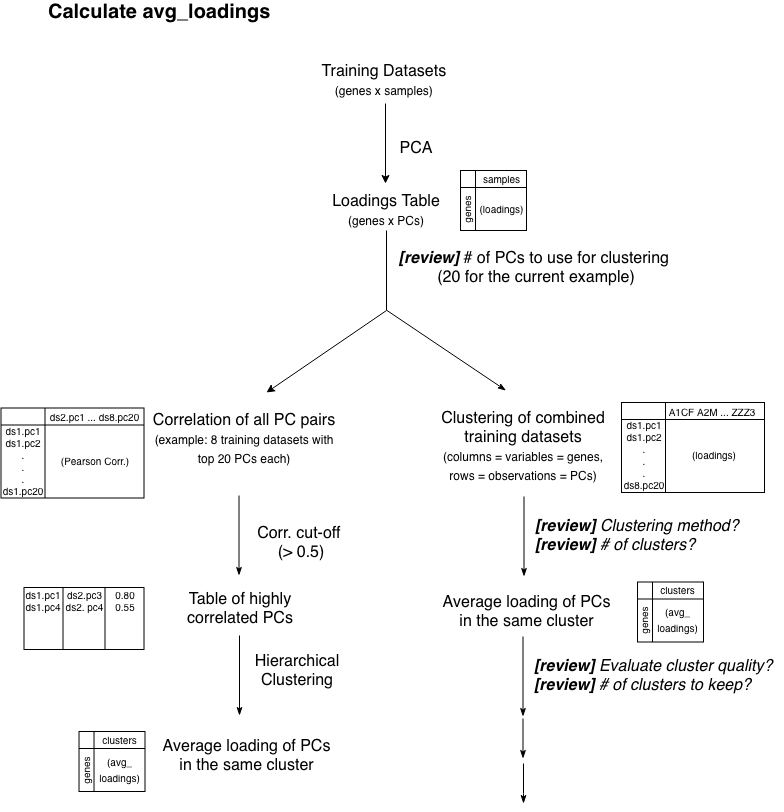
Before: vignettes/GenomicSuperSignature-avg_loading.png, a diagram exported from draw.io (seandavi/GenomicSignatures). Source tidied: cells renumbered, new cells last; positions are measured from the earlier drawing's top-left corner, leaving out a move shared by most shapes.
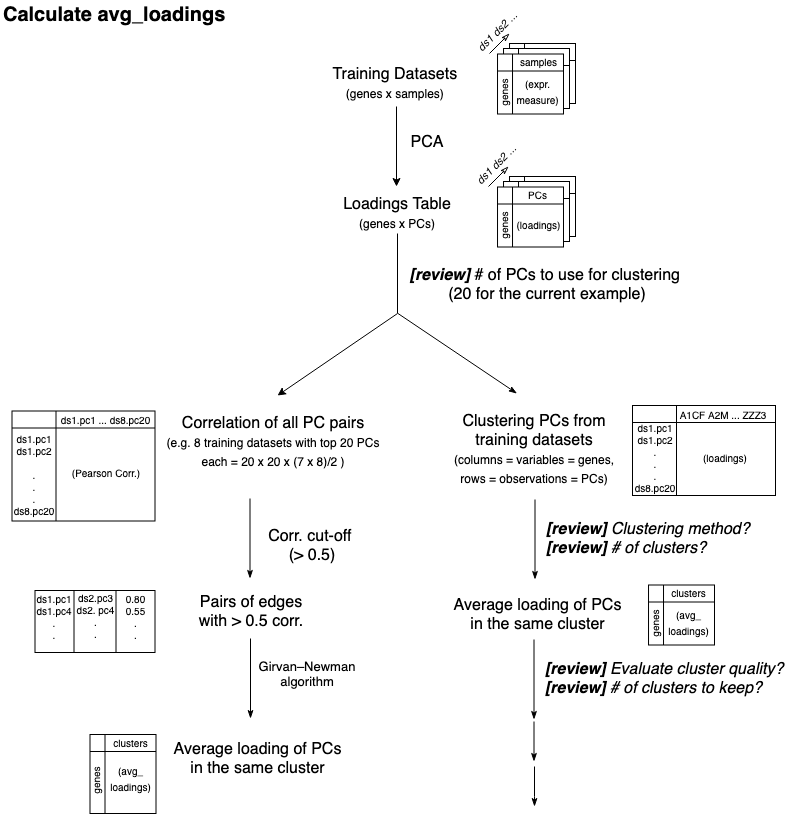
Later version of the same file.

What changed in the source:
```diff
@@ -2,8 +2,14 @@
   <root>
     <mxCell id="0" />
     <mxCell id="1" parent="0" />
+    <mxCell id="56" style="shape=internalStorage;whiteSpace=wrap;html=1;backgroundOutline=1;fontSize=16;align=left;dx=15;dy=17;" parent="1" vertex="1">
+      <mxGeometry x="497" y="39" width="66" height="60" as="geometry" />
+    </mxCell>
+    <mxCell id="57" style="shape=internalStorage;whiteSpace=wrap;html=1;backgroundOutline=1;fontSize=16;align=left;dx=15;dy=17;" parent="1" vertex="1">
+      <mxGeometry x="491" y="44" width="66" height="60" as="geometry" />
+    </mxCell>
     <mxCell id="2" value="&lt;div style=&quot;text-align: left; font-size: 20px;&quot;&gt;&lt;b style=&quot;font-size: 20px;&quot;&gt;&lt;font style=&quot;font-size: 20px;&quot;&gt;Calculate avg_loadings&lt;/font&gt;&lt;/b&gt;&lt;/div&gt;" style="text;html=1;strokeColor=none;fillColor=none;align=left;verticalAlign=middle;whiteSpace=wrap;rounded=0;fontSize=20;" parent="1" vertex="1">
-      <mxGeometry x="45" width="230" height="20" as="geometry" />
+      <mxGeometry x="-11.5" width="230" height="20" as="geometry" />
     </mxCell>
     <mxCell id="3" value="&lt;span style=&quot;font-size: 16px&quot;&gt;Training Datasets &lt;br&gt;&lt;/span&gt;&lt;font style=&quot;font-size: 12px&quot;&gt;(genes x samples)&lt;/font&gt;&lt;span style=&quot;font-size: 16px&quot;&gt;&amp;nbsp;&lt;/span&gt;" style="text;html=1;strokeColor=none;fillColor=none;align=center;verticalAlign=middle;whiteSpace=wrap;rounded=0;fontSize=16;" parent="1" vertex="1">
       <mxGeometry x="297" y="59" width="176" height="40" as="geometry" />
@@ -14,20 +20,8 @@
         <mxPoint x="384" y="182" as="targetPoint" />
       </mxGeometry>
     </mxCell>
-    <mxCell id="5" style="group;" parent="1" vertex="1">
-      <mxGeometry x="445" y="169" width="80" height="60" as="geometry" />
-    </mxCell>
-    <mxCell id="6" style="shape=internalStorage;whiteSpace=wrap;html=1;backgroundOutline=1;fontSize=16;align=left;dx=15;dy=17;" parent="5" vertex="1">
-      <mxGeometry x="14" width="66" height="60" as="geometry" />
-    </mxCell>
-    <mxCell id="7" value="&lt;font style=&quot;font-size: 10px&quot;&gt;genes&lt;/font&gt;" style="text;html=1;strokeColor=none;fillColor=none;align=center;verticalAlign=middle;whiteSpace=wrap;rounded=0;fontSize=14;rotation=-90;" parent="5" vertex="1">
-      <mxGeometry x="-2" y="32" width="41.2" height="15" as="geometry" />
-    </mxCell>
-    <mxCell id="8" value="&lt;font style=&quot;font-size: 10px&quot;&gt;samples&lt;/font&gt;" style="text;html=1;strokeColor=none;fillColor=none;align=center;verticalAlign=middle;whiteSpace=wrap;rounded=0;fontSize=14;rotation=0;" parent="5" vertex="1">
-      <mxGeometry x="31.2" y="-1" width="47" height="15" as="geometry" />
-    </mxCell>
     <mxCell id="9" value="&lt;font style=&quot;font-size: 16px&quot;&gt;PCA&lt;/font&gt;" style="text;html=1;strokeColor=none;fillColor=none;align=center;verticalAlign=middle;whiteSpace=wrap;rounded=0;fontSize=14;" parent="1" vertex="1">
-      <mxGeometry x="394" y="136.5" width="40" height="20" as="geometry" />
+      <mxGeometry x="394" y="127.5" width="40" height="20" as="geometry" />
     </mxCell>
     <mxCell id="10" value="Loadings Table&lt;br&gt;&lt;font style=&quot;font-size: 12px&quot;&gt;(genes x PCs)&lt;/font&gt;&lt;br&gt;" style="text;html=1;strokeColor=none;fillColor=none;align=center;verticalAlign=middle;whiteSpace=wrap;rounded=0;fontSize=16;" parent="1" vertex="1">
       <mxGeometry x="297" y="189" width="176" height="40" as="geometry" />
@@ -39,7 +33,7 @@
       </mxGeometry>
     </mxCell>
     <mxCell id="12" value="&lt;font style=&quot;font-size: 16px&quot;&gt;&lt;b&gt;&lt;i&gt;[review] &lt;/i&gt;&lt;/b&gt;# of PCs to use for clustering&amp;nbsp;&lt;br&gt;(20 for the current example)&lt;br&gt;&lt;/font&gt;" style="text;html=1;strokeColor=none;fillColor=none;align=center;verticalAlign=middle;whiteSpace=wrap;rounded=0;fontSize=14;" parent="1" vertex="1">
-      <mxGeometry x="394" y="246" width="280" height="40" as="geometry" />
+      <mxGeometry x="394" y="260" width="280" height="40" as="geometry" />
     </mxCell>
     <mxCell id="13" style="endArrow=classicThin;html=1;fontSize=16;endFill=1;" parent="1" edge="1">
       <mxGeometry relative="1" as="geometry">
@@ -47,7 +41,7 @@
         <mxPoint x="504.5" y="389" as="targetPoint" />
       </mxGeometry>
     </mxCell>
-    <mxCell id="14" value="Clustering of combined training datasets&lt;br&gt;&lt;span&gt;&lt;font style=&quot;font-size: 12px&quot;&gt;(columns = variables = genes,&lt;br&gt;rows = observations = PCs)&lt;/font&gt;&lt;/span&gt;&lt;br&gt;" style="text;html=1;strokeColor=none;fillColor=none;align=center;verticalAlign=middle;whiteSpace=wrap;rounded=0;fontSize=16;" parent="1" vertex="1">
+    <mxCell id="14" value="Clustering PCs from training datasets&lt;br&gt;&lt;span&gt;&lt;font style=&quot;font-size: 12px&quot;&gt;(columns = variables = genes,&lt;br&gt;rows = observations = PCs)&lt;/font&gt;&lt;/span&gt;&lt;br&gt;" style="text;html=1;strokeColor=none;fillColor=none;align=center;verticalAlign=middle;whiteSpace=wrap;rounded=0;fontSize=16;" parent="1" vertex="1">
       <mxGeometry x="433.5" y="405" width="176" height="80" as="geometry" />
     </mxCell>
     <mxCell id="15" style="endArrow=classicThin;html=1;fontSize=16;endFill=1;" parent="1" edge="1">
@@ -62,9 +56,6 @@
     <mxCell id="17" value="Average loading of PCs in the same cluster&lt;br&gt;" style="text;html=1;strokeColor=none;fillColor=none;align=center;verticalAlign=middle;whiteSpace=wrap;rounded=0;fontSize=16;" parent="1" vertex="1">
       <mxGeometry x="437.5" y="585" width="175" height="50" as="geometry" />
     </mxCell>
-    <mxCell id="18" value="&lt;font style=&quot;font-size: 10px&quot;&gt;(loadings)&lt;/font&gt;" style="text;html=1;strokeColor=none;fillColor=none;align=center;verticalAlign=middle;whiteSpace=wrap;rounded=0;fontSize=14;rotation=0;" parent="1" vertex="1">
-      <mxGeometry x="476.2" y="198" width="47" height="15" as="geometry" />
-    </mxCell>
     <mxCell id="19" style="endArrow=classicThin;html=1;fontSize=16;endFill=1;" parent="1" edge="1">
       <mxGeometry relative="1" as="geometry">
         <mxPoint x="521.5" y="635" as="sourcePoint" />
@@ -95,23 +86,23 @@
         <mxPoint x="265" y="391" as="targetPoint" />
       </mxGeometry>
     </mxCell>
-    <mxCell id="24" value="Correlation of all PC pairs&lt;br&gt;&lt;font style=&quot;font-size: 12px&quot;&gt;(example: 8 training datasets with top 20 PCs each)&lt;/font&gt;&lt;br&gt;" style="text;html=1;strokeColor=none;fillColor=none;align=center;verticalAlign=middle;whiteSpace=wrap;rounded=0;fontSize=16;" parent="1" vertex="1">
-      <mxGeometry x="148" y="405" width="190" height="64" as="geometry" />
+    <mxCell id="24" value="Correlation of all PC pairs&lt;br&gt;&lt;font style=&quot;font-size: 12px&quot;&gt;(e.g. 8 training datasets with top 20 PCs each = 20 x 20 x (7 x 8)/2 )&lt;/font&gt;&lt;br&gt;" style="text;html=1;strokeColor=none;fillColor=none;align=center;verticalAlign=middle;whiteSpace=wrap;rounded=0;fontSize=16;" parent="1" vertex="1">
+      <mxGeometry x="148" y="405" width="226" height="64" as="geometry" />
     </mxCell>
     <mxCell id="25" style="group;" parent="1" vertex="1">
-      <mxGeometry x="-0.5" y="406.5" width="160" height="93" as="geometry" />
+      <mxGeometry x="-0.5" y="406.5" width="160" height="110" as="geometry" />
     </mxCell>
     <mxCell id="26" style="shape=internalStorage;whiteSpace=wrap;html=1;backgroundOutline=1;fontSize=16;align=left;dx=44;dy=17;" parent="25" vertex="1">
-      <mxGeometry width="143" height="90" as="geometry" />
+      <mxGeometry width="143" height="110" as="geometry" />
     </mxCell>
-    <mxCell id="27" value="ds1.pc1&lt;br style=&quot;font-size: 10px&quot;&gt;ds1.pc2&lt;br style=&quot;font-size: 10px&quot;&gt;.&lt;br style=&quot;font-size: 10px&quot;&gt;.&lt;br style=&quot;font-size: 10px&quot;&gt;.&lt;br style=&quot;font-size: 10px&quot;&gt;ds1.pc20&lt;br style=&quot;font-size: 10px&quot;&gt;" style="text;html=1;strokeColor=none;fillColor=none;align=center;verticalAlign=middle;whiteSpace=wrap;rounded=0;fontSize=10;rotation=0;" parent="25" vertex="1">
-      <mxGeometry x="2" y="12" width="39" height="80" as="geometry" />
+    <mxCell id="27" value="ds1.pc1&lt;br style=&quot;font-size: 10px&quot;&gt;ds1.pc2&lt;br style=&quot;font-size: 10px&quot;&gt;&lt;br&gt;.&lt;br style=&quot;font-size: 10px&quot;&gt;.&lt;br style=&quot;font-size: 10px&quot;&gt;.&lt;br style=&quot;font-size: 10px&quot;&gt;ds8.pc20&lt;br style=&quot;font-size: 10px&quot;&gt;" style="text;html=1;strokeColor=none;fillColor=none;align=center;verticalAlign=middle;whiteSpace=wrap;rounded=0;fontSize=10;rotation=0;" parent="25" vertex="1">
+      <mxGeometry x="2" y="15" width="39" height="96" as="geometry" />
     </mxCell>
-    <mxCell id="28" value="ds2.pc1 ... ds8.pc20" style="text;html=1;strokeColor=none;fillColor=none;align=center;verticalAlign=middle;whiteSpace=wrap;rounded=0;fontSize=10;rotation=0;" parent="25" vertex="1">
+    <mxCell id="28" value="ds1.pc1 ... ds8.pc20" style="text;html=1;strokeColor=none;fillColor=none;align=center;verticalAlign=middle;whiteSpace=wrap;rounded=0;fontSize=10;rotation=0;" parent="25" vertex="1">
       <mxGeometry x="40" y="-2" width="105" height="20" as="geometry" />
     </mxCell>
     <mxCell id="29" value="(Pearson Corr.)" style="text;html=1;strokeColor=none;fillColor=none;align=center;verticalAlign=middle;whiteSpace=wrap;rounded=0;fontSize=10;rotation=0;" parent="25" vertex="1">
-      <mxGeometry x="48" y="42" width="90" height="20" as="geometry" />
+      <mxGeometry x="48" y="51" width="90" height="20" as="geometry" />
     </mxCell>
     <mxCell id="30" style="endArrow=classicThin;html=1;fontSize=16;endFill=1;" parent="1" edge="1">
       <mxGeometry relative="1" as="geometry">
@@ -119,10 +110,10 @@
         <mxPoint x="237.5" y="574" as="targetPoint" />
       </mxGeometry>
     </mxCell>
-    <mxCell id="31" value="&lt;font style=&quot;font-size: 16px&quot;&gt;&lt;span&gt;Hierarchical&lt;br&gt;&lt;/span&gt;Clustering&lt;br&gt;&lt;/font&gt;" style="text;html=1;strokeColor=none;fillColor=none;align=center;verticalAlign=middle;whiteSpace=wrap;rounded=0;fontSize=14;fontStyle=0;" parent="1" vertex="1">
+    <mxCell id="31" value="&lt;font style=&quot;font-size: 13px;&quot;&gt;&lt;span style=&quot;font-size: 13px;&quot;&gt;Girvan–Newman algorithm&lt;/span&gt;&lt;br style=&quot;font-size: 13px;&quot;&gt;&lt;/font&gt;" style="text;html=1;strokeColor=none;fillColor=none;align=center;verticalAlign=middle;whiteSpace=wrap;rounded=0;fontSize=13;fontStyle=0;" parent="1" vertex="1">
       <mxGeometry x="245" y="649" width="100" height="40" as="geometry" />
     </mxCell>
-    <mxCell id="32" value="Table of highly correlated PCs&lt;br&gt;" style="text;html=1;strokeColor=none;fillColor=none;align=center;verticalAlign=middle;whiteSpace=wrap;rounded=0;fontSize=16;" parent="1" vertex="1">
+    <mxCell id="32" value="Pairs of edges with &amp;gt; 0.5 corr.&lt;br&gt;" style="text;html=1;strokeColor=none;fillColor=none;align=center;verticalAlign=middle;whiteSpace=wrap;rounded=0;fontSize=16;" parent="1" vertex="1">
       <mxGeometry x="173" y="584" width="132" height="45" as="geometry" />
     </mxCell>
     <mxCell id="33" style="group;" parent="1" vertex="1">
@@ -146,14 +137,14 @@
     <mxCell id="39" style="group;" parent="1" vertex="1">
       <mxGeometry x="22" y="586" width="121.5" height="62" as="geometry" />
     </mxCell>
-    <mxCell id="40" value="ds2.pc3&lt;br&gt;ds2. pc4&lt;br&gt;&lt;br&gt;&lt;br&gt;&lt;br&gt;" style="shape=process;whiteSpace=wrap;html=1;backgroundOutline=1;fontSize=10;align=center;size=0.325;" parent="39" vertex="1">
+    <mxCell id="40" value="&lt;br&gt;ds2.pc3&lt;br&gt;ds2. pc4&lt;br&gt;.&lt;br&gt;.&lt;br&gt;&lt;br&gt;&lt;br&gt;" style="shape=process;whiteSpace=wrap;html=1;backgroundOutline=1;fontSize=10;align=center;size=0.325;" parent="39" vertex="1">
       <mxGeometry x="0.5" width="120" height="62" as="geometry" />
     </mxCell>
-    <mxCell id="41" value="ds1.pc1&lt;br&gt;ds1.pc4&lt;br&gt;" style="text;html=1;strokeColor=none;fillColor=none;align=center;verticalAlign=middle;whiteSpace=wrap;rounded=0;fontSize=10;" parent="39" vertex="1">
-      <mxGeometry y="3" width="40" height="20" as="geometry" />
+    <mxCell id="41" value="ds1.pc1&lt;br&gt;ds1.pc4&lt;br&gt;.&lt;br&gt;.&lt;br&gt;&lt;br&gt;" style="text;html=1;strokeColor=none;fillColor=none;align=center;verticalAlign=middle;whiteSpace=wrap;rounded=0;fontSize=10;" parent="39" vertex="1">
+      <mxGeometry y="3" width="40" height="57" as="geometry" />
     </mxCell>
-    <mxCell id="42" value="0.80&lt;br&gt;0.55&lt;br&gt;" style="text;html=1;strokeColor=none;fillColor=none;align=center;verticalAlign=middle;whiteSpace=wrap;rounded=0;fontSize=10;" parent="39" vertex="1">
-      <mxGeometry x="81.5" y="3" width="40" height="20" as="geometry" />
+    <mxCell id="42" value="0.80&lt;br&gt;0.55&lt;br&gt;.&lt;br&gt;.&lt;br&gt;" style="text;html=1;strokeColor=none;fillColor=none;align=center;verticalAlign=middle;whiteSpace=wrap;rounded=0;fontSize=10;" parent="39" vertex="1">
+      <mxGeometry x="81" y="2" width="39" height="47" as="geometry" />
     </mxCell>
     <mxCell id="43" style="endArrow=classicThin;html=1;fontSize=16;endFill=1;" parent="1" edge="1">
       <mxGeometry relative="1" as="geometry">
@@ -183,19 +174,73 @@
       <mxGeometry x="33.2" y="30" width="47" height="15" as="geometry" />
     </mxCell>
     <mxCell id="51" style="group;" parent="1" vertex="1">
-      <mxGeometry x="61.5" y="729" width="82" height="61" as="geometry" />
+      <mxGeometry x="61.5" y="729" width="82" height="80" as="geometry" />
     </mxCell>
     <mxCell id="52" style="shape=internalStorage;whiteSpace=wrap;html=1;backgroundOutline=1;fontSize=16;align=left;dx=15;dy=17;" parent="51" vertex="1">
-      <mxGeometry x="16" y="1" width="66" height="60" as="geometry" />
+      <mxGeometry x="16" y="1" width="66" height="79" as="geometry" />
     </mxCell>
     <mxCell id="53" value="&lt;font style=&quot;font-size: 10px&quot;&gt;genes&lt;/font&gt;" style="text;html=1;strokeColor=none;fillColor=none;align=center;verticalAlign=middle;whiteSpace=wrap;rounded=0;fontSize=14;rotation=-90;" parent="51" vertex="1">
-      <mxGeometry y="33" width="41.2" height="15" as="geometry" />
+      <mxGeometry x="-1" y="40" width="41.2" height="15" as="geometry" />
     </mxCell>
     <mxCell id="54" value="&lt;font style=&quot;font-size: 10px&quot;&gt;clusters&lt;/font&gt;" style="text;html=1;strokeColor=none;fillColor=none;align=center;verticalAlign=middle;whiteSpace=wrap;rounded=0;fontSize=14;rotation=0;" parent="51" vertex="1">
       <mxGeometry x="33.2" width="47" height="15" as="geometry" />
     </mxCell>
     <mxCell id="55" value="&lt;font style=&quot;font-size: 10px&quot;&gt;(avg_&lt;br&gt;loadings)&lt;/font&gt;" style="text;html=1;strokeColor=none;fillColor=none;align=center;verticalAlign=middle;whiteSpace=wrap;rounded=0;fontSize=14;rotation=0;" parent="51" vertex="1">
-      <mxGeometry x="33.2" y="30" width="47" height="15" as="geometry" />
+      <mxGeometry x="33.2" y="36" width="47" height="15" as="geometry" />
     </mxCell>
+    <mxCell id="58" style="group;" parent="1" vertex="1">
+      <mxGeometry x="465" y="177" width="98" height="65.5" as="geometry" />
+    </mxCell>
+    <mxCell id="5" style="group;" parent="58" vertex="1">
+      <mxGeometry width="80" height="60" as="geometry" />
+    </mxCell>
+    <mxCell id="59" style="shape=internalStorage;whiteSpace=wrap;html=1;backgroundOutline=1;fontSize=16;align=left;dx=15;dy=17;" parent="58" vertex="1">
+      <mxGeometry x="32" y="-5" width="66" height="60" as="geometry" />
+    </mxCell>
+    <mxCell id="60" style="shape=internalStorage;whiteSpace=wrap;html=1;backgroundOutline=1;fontSize=16;align=left;dx=15;dy=17;" parent="58" vertex="1">
+      <mxGeometry x="26" width="66" height="60" as="geometry" />
+    </mxCell>
+    <mxCell id="61" style="shape=internalStorage;whiteSpace=wrap;html=1;backgroundOutline=1;fontSize=16;align=left;dx=15;dy=17;" parent="58" vertex="1">
+      <mxGeometry x="20" y="5.5" width="66" height="60" as="geometry" />
+    </mxCell>
+    <mxCell id="62" value="&lt;font style=&quot;font-size: 10px&quot;&gt;genes&lt;/font&gt;" style="text;html=1;strokeColor=none;fillColor=none;align=center;verticalAlign=middle;whiteSpace=wrap;rounded=0;fontSize=14;rotation=-90;" parent="58" vertex="1">
+      <mxGeometry x="4" y="37.5" width="41.2" height="15" as="geometry" />
+    </mxCell>
+    <mxCell id="63" value="&lt;font style=&quot;font-size: 10px&quot;&gt;PCs&lt;/font&gt;" style="text;html=1;strokeColor=none;fillColor=none;align=center;verticalAlign=middle;whiteSpace=wrap;rounded=0;fontSize=14;rotation=0;" parent="58" vertex="1">
+      <mxGeometry x="37.2" y="4.5" width="47" height="15" as="geometry" />
+    </mxCell>
+    <mxCell id="64" value="&lt;span style=&quot;font-size: 10px&quot;&gt;(loadings)&lt;/span&gt;&lt;br&gt;" style="text;html=1;strokeColor=none;fillColor=none;align=center;verticalAlign=middle;whiteSpace=wrap;rounded=0;fontSize=14;rotation=0;" parent="58" vertex="1">
+      <mxGeometry x="37.2" y="34.5" width="47" height="15" as="geometry" />
+    </mxCell>
+    <mxCell id="6" style="shape=internalStorage;whiteSpace=wrap;html=1;backgroundOutline=1;fontSize=16;align=left;dx=15;dy=17;" parent="1" vertex="1">
+      <mxGeometry x="485" y="49.5" width="66" height="60" as="geometry" />
+    </mxCell>
+    <mxCell id="7" value="&lt;font style=&quot;font-size: 10px&quot;&gt;genes&lt;/font&gt;" style="text;html=1;strokeColor=none;fillColor=none;align=center;verticalAlign=middle;whiteSpace=wrap;rounded=0;fontSize=14;rotation=-90;" parent="1" vertex="1">
+      <mxGeometry x="469" y="81.5" width="41.2" height="15" as="geometry" />
+    </mxCell>
+    <mxCell id="8" value="&lt;font style=&quot;font-size: 10px&quot;&gt;samples&lt;/font&gt;" style="text;html=1;strokeColor=none;fillColor=none;align=center;verticalAlign=middle;whiteSpace=wrap;rounded=0;fontSize=14;rotation=0;" parent="1" vertex="1">
+      <mxGeometry x="502.2" y="48.5" width="47" height="15" as="geometry" />
+    </mxCell>
+    <mxCell id="18" value="&lt;font style=&quot;font-size: 10px&quot;&gt;(expr.&lt;br&gt;measure)&lt;/font&gt;" style="text;html=1;strokeColor=none;fillColor=none;align=center;verticalAlign=middle;whiteSpace=wrap;rounded=0;fontSize=14;rotation=0;" parent="1" vertex="1">
+      <mxGeometry x="502.2" y="78.5" width="47" height="15" as="geometry" />
+    </mxCell>
+    <mxCell id="65" style="endArrow=classicThin;html=1;fontSize=13;endFill=0;" parent="1" edge="1">
+      <mxGeometry relative="1" as="geometry">
+        <mxPoint x="476" y="182" as="sourcePoint" />
+        <mxPoint x="496" y="162" as="targetPoint" />
+      </mxGeometry>
+    </mxCell>
+    <mxCell id="66" value="ds1 ds2 ..." style="text;html=1;strokeColor=none;fillColor=none;align=center;verticalAlign=middle;whiteSpace=wrap;rounded=0;fontSize=11;rotation=-45;fontStyle=2;" parent="1" vertex="1">
+      <mxGeometry x="449" y="150.5" width="68" height="20" as="geometry" />
+    </mxCell>
+    <mxCell id="67" style="endArrow=classicThin;html=1;fontSize=13;endFill=0;" parent="1" edge="1">
+      <mxGeometry relative="1" as="geometry">
+        <mxPoint x="477" y="49" as="sourcePoint" />
+        <mxPoint x="497" y="29" as="targetPoint" />
+      </mxGeometry>
+    </mxCell>
+    <mxCell id="68" value="ds1 ds2 ..." style="text;html=1;strokeColor=none;fillColor=none;align=center;verticalAlign=middle;whiteSpace=wrap;rounded=0;fontSize=11;rotation=-45;fontStyle=2;" parent="1" vertex="1">
+      <mxGeometry x="450" y="17.5" width="68" height="20" as="geometry" />
+    </mxCell>
   </root>
 </mxGraphModel>
```
